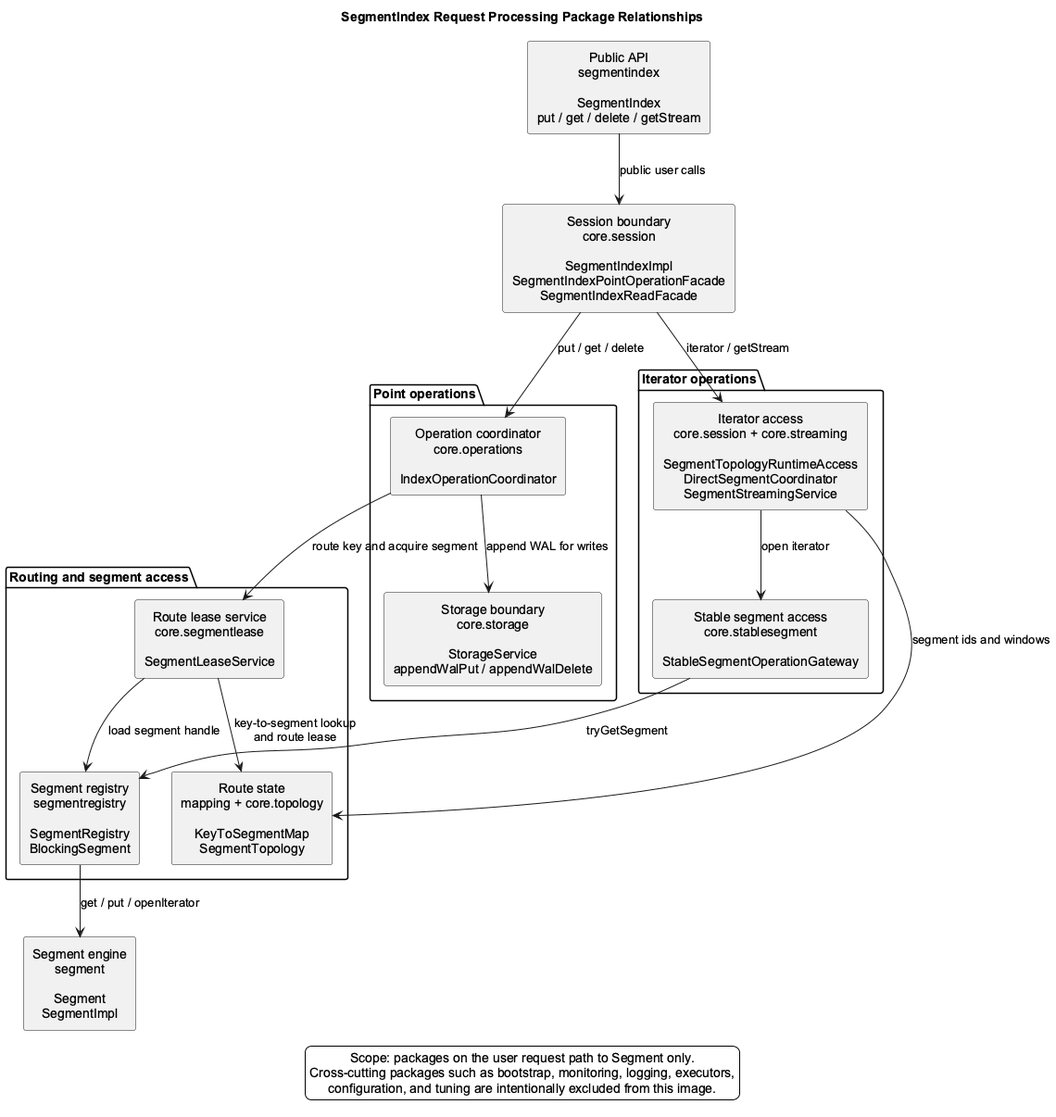
Earlier version of the PlantUML export docs/development/images/configuration-flow.png (jajir/HestiaStore).
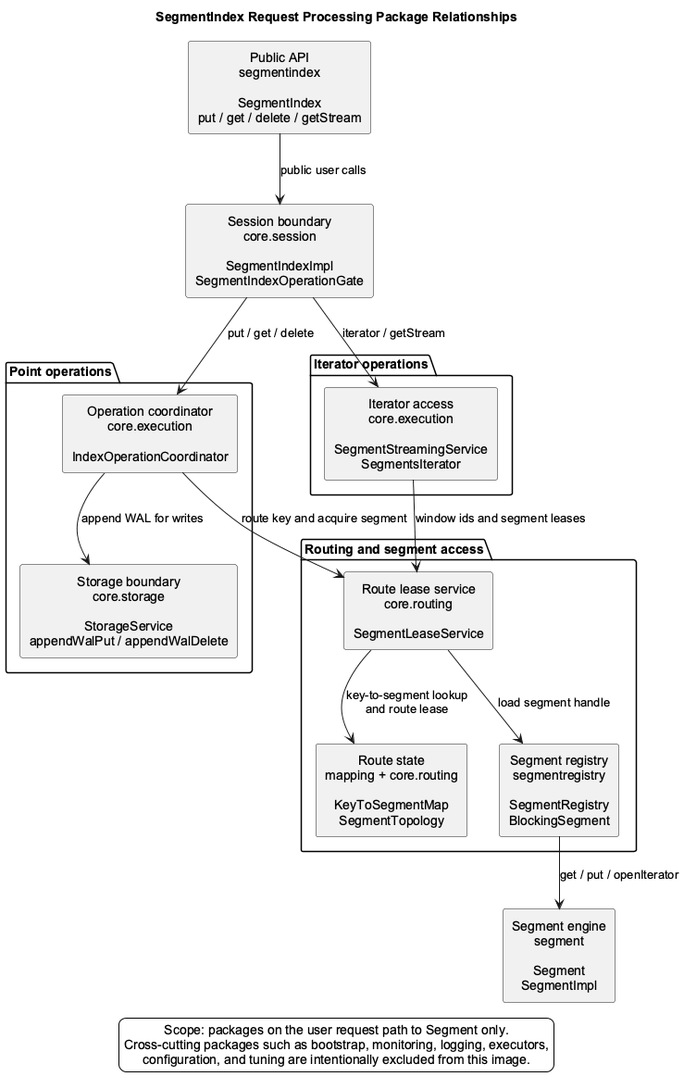
The same diagram one commit later.

Diff of the diagram source:
```diff
@@ -10,21 +10,20 @@
 
 component "Public API\nsegmentindex\n\nSegmentIndex\nput / get / delete / getStream" as Api
 
-component "Session boundary\ncore.session\n\nSegmentIndexImpl\nSegmentIndexPointOperationFacade\nSegmentIndexReadFacade" as Session
+component "Session boundary\ncore.session\n\nSegmentIndexImpl\nSegmentIndexOperationGate" as Session
 
 package "Point operations" {
-  component "Operation coordinator\ncore.operations\n\nIndexOperationCoordinator" as Operations
+  component "Operation coordinator\ncore.execution\n\nIndexOperationCoordinator" as Operations
   component "Storage boundary\ncore.storage\n\nStorageService\nappendWalPut / appendWalDelete" as Storage
 }
 
 package "Iterator operations" {
-  component "Iterator access\ncore.session + core.streaming\n\nSegmentTopologyRuntimeAccess\nDirectSegmentCoordinator\nSegmentStreamingService" as Streaming
-  component "Stable segment access\ncore.stablesegment\n\nStableSegmentOperationGateway" as StableAccess
+  component "Iterator access\ncore.execution\n\nSegmentStreamingService\nSegmentsIterator" as Streaming
 }
 
 package "Routing and segment access" {
-  component "Route lease service\ncore.segmentlease\n\nSegmentLeaseService" as LeaseService
-  component "Route state\nmapping + core.topology\n\nKeyToSegmentMap\nSegmentTopology" as RouteState
+  component "Route lease service\ncore.routing\n\nSegmentLeaseService" as LeaseService
+  component "Route state\nmapping + core.routing\n\nKeyToSegmentMap\nSegmentTopology" as RouteState
   component "Segment registry\nsegmentregistry\n\nSegmentRegistry\nBlockingSegment" as SegmentRegistry
 }
 
@@ -36,12 +35,9 @@
 
 Operations --> Storage : append WAL for writes
 Operations --> LeaseService : route key and acquire segment
+Streaming --> LeaseService : window ids and segment leases
 LeaseService --> RouteState : key-to-segment lookup\nand route lease
 LeaseService --> SegmentRegistry : load segment handle
-
-Streaming --> RouteState : segment ids and windows
-Streaming --> StableAccess : open iterator
-StableAccess --> SegmentRegistry : tryGetSegment
 
 SegmentRegistry --> Segment : get / put / openIterator
 
```
